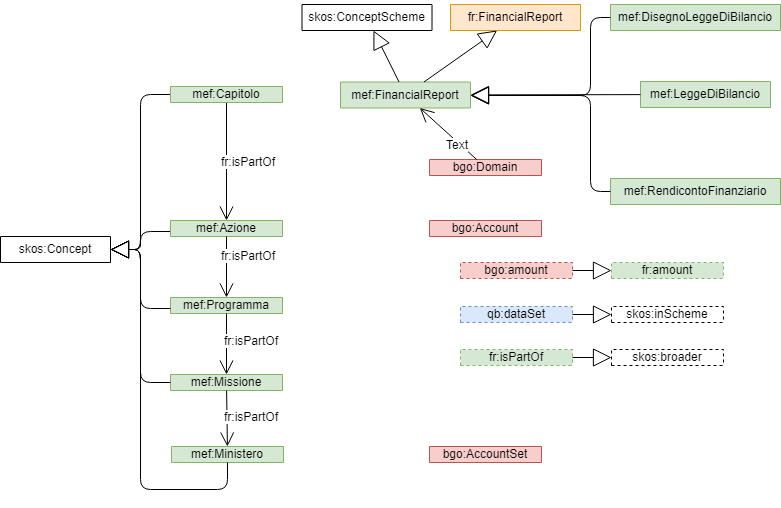
g0v-it/data-budget keeps this draw.io diagram as fr-ap-mef/uml-diagram.png. Above is the earlier version. Source tidied: cells renumbered, new cells last; positions are measured from the earlier drawing's top-left corner, leaving out a move shared by most shapes.
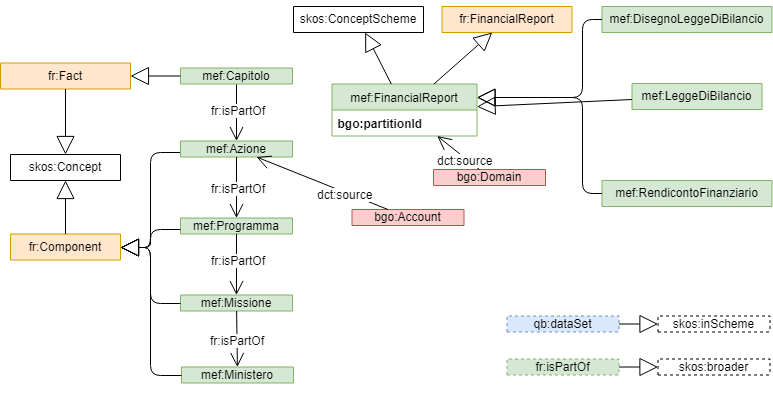
The same file after the commit.

The edit, as a diff of the source:
```diff
@@ -2,31 +2,26 @@
   <root>
     <mxCell id="0" />
     <mxCell id="1" parent="0" />
-    <mxCell id="2" value="mef:FinancialReport" style="swimlane;fontStyle=0;horizontal=1;startSize=26;fillColor=#d5e8d4;swimlaneFillColor=#ffffff;strokeWidth=1;strokeColor=#82b366;" parent="1" vertex="1" collapsed="1">
-      <mxGeometry x="340" y="77.5" width="130" height="26" as="geometry" />
+    <mxCell id="2" value="mef:FinancialReport" style="swimlane;fontStyle=0;horizontal=1;startSize=26;fillColor=#d5e8d4;swimlaneFillColor=#ffffff;strokeWidth=1;strokeColor=#82b366;" parent="1" vertex="1">
+      <mxGeometry x="338.5" y="159.5" width="145" height="52" as="geometry" />
     </mxCell>
+    <mxCell id="47" value="bgo:partitionId" style="text;strokeColor=none;fillColor=none;align=left;verticalAlign=top;spacingLeft=4;spacingRight=4;overflow=hidden;fontStyle=1;" parent="2" vertex="1">
+      <mxGeometry y="26" width="145" height="26" as="geometry" />
+    </mxCell>
     <mxCell id="3" style="edgeStyle=orthogonalEdgeStyle;rounded=0;html=1;exitX=1;exitY=0.25;entryX=1;entryY=0.25;jettySize=auto;orthogonalLoop=1;" parent="1" edge="1">
       <mxGeometry relative="1" as="geometry">
         <mxPoint x="104" y="83" as="sourcePoint" />
         <mxPoint x="104" y="83" as="targetPoint" />
       </mxGeometry>
     </mxCell>
-    <mxCell id="4" value="skos:Concept" style="swimlane;fontStyle=0;horizontal=1;startSize=26;swimlaneFillColor=#ffffff;" parent="1" vertex="1" collapsed="1">
-      <mxGeometry y="232" width="110" height="26" as="geometry" />
+    <mxCell id="4" value="fr:Component" style="swimlane;fontStyle=0;horizontal=1;startSize=26;swimlaneFillColor=#ffffff;fillColor=#ffe6cc;strokeColor=#d79b00;" parent="1" vertex="1" collapsed="1">
+      <mxGeometry x="17" y="309.5" width="110" height="26" as="geometry" />
     </mxCell>
-    <mxCell id="5" style="endArrow=block;endSize=16;endFill=0;html=1;edgeStyle=orthogonalEdgeStyle;" parent="1" edge="1" source="9" target="4">
-      <mxGeometry relative="1" as="geometry">
-        <Array as="points">
-          <mxPoint x="140" y="90" />
-          <mxPoint x="140" y="245" />
-        </Array>
-      </mxGeometry>
-    </mxCell>
     <mxCell id="6" style="endArrow=block;endSize=16;endFill=0;html=1;edgeStyle=orthogonalEdgeStyle;" parent="1" edge="1" source="10" target="4">
       <mxGeometry relative="1" as="geometry">
         <Array as="points">
-          <mxPoint x="140" y="227" />
-          <mxPoint x="140" y="245" />
+          <mxPoint x="157" y="228" />
+          <mxPoint x="157" y="323" />
         </Array>
       </mxGeometry>
     </mxCell>
@@ -35,30 +30,30 @@
     </mxCell>
     <mxCell id="8" value="fr:isPartOf" style="text;html=1;align=center;verticalAlign=middle;labelBackgroundColor=#ffffff;" parent="7" vertex="1">
       <mxGeometry x="0.4" y="-5" relative="1" as="geometry">
-        <mxPoint x="26.5" y="-24.5" as="offset" />
+        <mxPoint x="6" y="-14" as="offset" />
       </mxGeometry>
     </mxCell>
     <mxCell id="9" value="mef:Capitolo" style="swimlane;fontStyle=0;horizontal=1;startSize=19;fillColor=#d5e8d4;swimlaneFillColor=#ffffff;strokeColor=#82b366;" parent="1" vertex="1" collapsed="1">
-      <mxGeometry x="170" y="82" width="112" height="16" as="geometry" />
+      <mxGeometry x="187" y="143.5" width="112" height="16" as="geometry" />
     </mxCell>
     <mxCell id="10" value="mef:Azione" style="swimlane;fontStyle=0;horizontal=1;startSize=19;fillColor=#d5e8d4;swimlaneFillColor=#ffffff;strokeColor=#82b366;" parent="1" vertex="1" collapsed="1">
-      <mxGeometry x="170" y="216" width="112" height="16" as="geometry" />
+      <mxGeometry x="187" y="216.5" width="112" height="16" as="geometry" />
     </mxCell>
     <mxCell id="11" value="mef:Programma" style="swimlane;fontStyle=0;horizontal=1;startSize=19;fillColor=#d5e8d4;swimlaneFillColor=#ffffff;strokeColor=#82b366;" parent="1" vertex="1" collapsed="1">
-      <mxGeometry x="170" y="293" width="112" height="16" as="geometry" />
+      <mxGeometry x="187" y="293.5" width="112" height="16" as="geometry" />
     </mxCell>
     <mxCell id="12" value="mef:Missione" style="swimlane;fontStyle=0;horizontal=1;startSize=19;fillColor=#d5e8d4;swimlaneFillColor=#ffffff;strokeColor=#82b366;" parent="1" vertex="1" collapsed="1">
-      <mxGeometry x="170" y="370" width="112" height="16" as="geometry" />
+      <mxGeometry x="187" y="370.5" width="112" height="16" as="geometry" />
     </mxCell>
     <mxCell id="13" value="mef:Ministero" style="swimlane;fontStyle=0;horizontal=1;startSize=19;fillColor=#d5e8d4;swimlaneFillColor=#ffffff;strokeColor=#82b366;" parent="1" vertex="1" collapsed="1">
-      <mxGeometry x="171" y="442" width="112" height="16" as="geometry" />
+      <mxGeometry x="188" y="442.5" width="112" height="16" as="geometry" />
     </mxCell>
     <mxCell id="14" style="endArrow=open;endFill=1;endSize=12;html=1;" parent="1" edge="1" source="10" target="11">
       <mxGeometry relative="1" as="geometry" />
     </mxCell>
     <mxCell id="15" value="fr:isPartOf" style="text;html=1;align=center;verticalAlign=middle;labelBackgroundColor=#ffffff;" parent="14" vertex="1">
       <mxGeometry x="0.4" y="-5" relative="1" as="geometry">
-        <mxPoint x="26.5" y="-24.5" as="offset" />
+        <mxPoint x="6" y="-12.5" as="offset" />
       </mxGeometry>
     </mxCell>
     <mxCell id="16" style="endArrow=open;endFill=1;endSize=12;html=1;" parent="1" edge="1" source="11" target="12">
@@ -66,7 +61,7 @@
     </mxCell>
     <mxCell id="17" value="fr:isPartOf" style="text;html=1;align=center;verticalAlign=middle;labelBackgroundColor=#ffffff;" parent="16" vertex="1">
       <mxGeometry x="0.4" y="-5" relative="1" as="geometry">
-        <mxPoint x="29" y="-17" as="offset" />
+        <mxPoint x="6" y="-17" as="offset" />
       </mxGeometry>
     </mxCell>
     <mxCell id="18" style="endArrow=open;endFill=1;endSize=12;html=1;" parent="1" edge="1" source="12" target="13">
@@ -74,42 +69,41 @@
     </mxCell>
     <mxCell id="19" value="fr:isPartOf" style="text;html=1;align=center;verticalAlign=middle;labelBackgroundColor=#ffffff;" parent="18" vertex="1">
       <mxGeometry x="0.4" y="-5" relative="1" as="geometry">
-        <mxPoint x="28.5" y="-14" as="offset" />
+        <mxPoint x="4.5" y="-10" as="offset" />
       </mxGeometry>
     </mxCell>
     <mxCell id="20" style="endArrow=block;endSize=16;endFill=0;html=1;edgeStyle=orthogonalEdgeStyle;" parent="1" edge="1" source="12" target="4">
       <mxGeometry relative="1" as="geometry">
         <Array as="points">
-          <mxPoint x="140" y="378" />
-          <mxPoint x="140" y="245" />
+          <mxPoint x="157" y="379" />
+          <mxPoint x="157" y="323" />
         </Array>
       </mxGeometry>
     </mxCell>
     <mxCell id="21" style="endArrow=block;endSize=16;endFill=0;html=1;edgeStyle=orthogonalEdgeStyle;" parent="1" edge="1" source="11" target="4">
       <mxGeometry relative="1" as="geometry">
         <Array as="points">
-          <mxPoint x="140" y="304" />
-          <mxPoint x="140" y="245" />
+          <mxPoint x="157" y="305" />
+          <mxPoint x="157" y="323" />
         </Array>
       </mxGeometry>
     </mxCell>
     <mxCell id="22" style="endArrow=block;endSize=16;endFill=0;html=1;edgeStyle=orthogonalEdgeStyle;" parent="1" edge="1" source="13" target="4">
       <mxGeometry relative="1" as="geometry">
         <Array as="points">
-          <mxPoint x="227" y="485" />
-          <mxPoint x="140" y="485" />
-          <mxPoint x="140" y="245" />
+          <mxPoint x="157" y="451" />
+          <mxPoint x="157" y="323" />
         </Array>
       </mxGeometry>
     </mxCell>
     <mxCell id="23" value="mef:LeggeDiBilancio" style="swimlane;fontStyle=0;horizontal=1;startSize=26;fillColor=#d5e8d4;swimlaneFillColor=#ffffff;strokeWidth=1;strokeColor=#82b366;" parent="1" vertex="1" collapsed="1">
-      <mxGeometry x="640" y="77" width="130" height="26" as="geometry" />
+      <mxGeometry x="638.5" y="159" width="130" height="26" as="geometry" />
     </mxCell>
     <mxCell id="24" value="mef:DisegnoLeggeDiBilancio" style="swimlane;fontStyle=0;horizontal=1;startSize=26;fillColor=#d5e8d4;swimlaneFillColor=#ffffff;strokeWidth=1;strokeColor=#82b366;" parent="1" vertex="1" collapsed="1">
-      <mxGeometry x="610" width="170" height="26" as="geometry" />
+      <mxGeometry x="608.5" y="82" width="170" height="26" as="geometry" />
     </mxCell>
     <mxCell id="25" value="mef:RendicontoFinanziario" style="swimlane;fontStyle=0;horizontal=1;startSize=26;fillColor=#d5e8d4;swimlaneFillColor=#ffffff;strokeWidth=1;strokeColor=#82b366;" parent="1" vertex="1" collapsed="1">
-      <mxGeometry x="610" y="174" width="170" height="26" as="geometry" />
+      <mxGeometry x="608.5" y="256" width="170" height="26" as="geometry" />
     </mxCell>
     <mxCell id="26" style="endArrow=block;endSize=16;endFill=0;html=1;" parent="1" edge="1" source="23" target="2">
       <mxGeometry relative="1" as="geometry" />
@@ -117,63 +111,51 @@
     <mxCell id="27" style="endArrow=block;endSize=16;endFill=0;html=1;edgeStyle=orthogonalEdgeStyle;" parent="1" edge="1" source="24" target="2">
       <mxGeometry relative="1" as="geometry">
         <Array as="points">
-          <mxPoint x="590" y="13" />
-          <mxPoint x="590" y="91" />
+          <mxPoint x="588.5" y="95" />
+          <mxPoint x="588.5" y="173" />
         </Array>
       </mxGeometry>
     </mxCell>
     <mxCell id="28" style="endArrow=block;endSize=16;endFill=0;html=1;edgeStyle=orthogonalEdgeStyle;" parent="1" edge="1" source="25" target="2">
       <mxGeometry relative="1" as="geometry">
         <Array as="points">
-          <mxPoint x="590" y="187" />
-          <mxPoint x="590" y="91" />
+          <mxPoint x="588.5" y="269" />
+          <mxPoint x="588.5" y="173" />
         </Array>
       </mxGeometry>
     </mxCell>
     <mxCell id="29" value="fr:FinancialReport" style="swimlane;fontStyle=0;horizontal=1;startSize=26;fillColor=#ffe6cc;swimlaneFillColor=#ffffff;strokeWidth=1;strokeColor=#d79b00;" parent="1" vertex="1" collapsed="1">
-      <mxGeometry x="450" width="130" height="26" as="geometry" />
+      <mxGeometry x="448.5" y="82" width="130" height="26" as="geometry" />
     </mxCell>
     <mxCell id="30" style="endArrow=block;endSize=16;endFill=0;html=1;" parent="1" edge="1" source="2" target="29">
       <mxGeometry relative="1" as="geometry" />
     </mxCell>
     <mxCell id="31" value="bgo:Account" style="swimlane;fontStyle=0;horizontal=1;startSize=19;fillColor=#f8cecc;swimlaneFillColor=#ffffff;strokeColor=#b85450;" parent="1" vertex="1" collapsed="1">
-      <mxGeometry x="429" y="216" width="112" height="16" as="geometry" />
+      <mxGeometry x="358.5" y="285" width="112" height="16" as="geometry" />
     </mxCell>
-    <mxCell id="32" value="bgo:AccountSet" style="swimlane;fontStyle=0;horizontal=1;startSize=19;fillColor=#f8cecc;swimlaneFillColor=#ffffff;strokeColor=#b85450;" parent="1" vertex="1" collapsed="1">
-      <mxGeometry x="429" y="442" width="112" height="16" as="geometry" />
-    </mxCell>
     <mxCell id="33" value="bgo:Domain" style="swimlane;fontStyle=0;horizontal=1;startSize=19;fillColor=#f8cecc;swimlaneFillColor=#ffffff;strokeColor=#b85450;" parent="1" vertex="1" collapsed="1">
-      <mxGeometry x="429" y="155" width="112" height="16" as="geometry" />
+      <mxGeometry x="440" y="245" width="112" height="16" as="geometry" />
     </mxCell>
     <mxCell id="34" value="skos:ConceptScheme" style="swimlane;fontStyle=0;horizontal=1;startSize=26;swimlaneFillColor=#ffffff;" parent="1" vertex="1" collapsed="1">
-      <mxGeometry x="301.5" width="130" height="26" as="geometry" />
+      <mxGeometry x="300" y="82" width="130" height="26" as="geometry" />
     </mxCell>
     <mxCell id="35" style="endArrow=block;endSize=16;endFill=0;html=1;" parent="1" edge="1" source="2" target="34">
       <mxGeometry relative="1" as="geometry" />
     </mxCell>
-    <mxCell id="36" value="bgo:amount" style="swimlane;fontStyle=0;horizontal=1;startSize=19;fillColor=#f8cecc;swimlaneFillColor=#ffffff;strokeColor=#b85450;dashed=1;" parent="1" vertex="1" collapsed="1">
-      <mxGeometry x="460" y="258" width="112" height="16" as="geometry" />
-    </mxCell>
-    <mxCell id="37" value="fr:amount" style="swimlane;fontStyle=0;horizontal=1;startSize=19;fillColor=#d5e8d4;swimlaneFillColor=#ffffff;strokeColor=#82b366;dashed=1;" parent="1" vertex="1" collapsed="1">
-      <mxGeometry x="611" y="258" width="112" height="16" as="geometry" />
-    </mxCell>
-    <mxCell id="38" style="endArrow=block;endSize=16;endFill=0;html=1;" parent="1" edge="1" source="36" target="37">
-      <mxGeometry relative="1" as="geometry" />
-    </mxCell>
     <mxCell id="39" value="qb:dataSet" style="swimlane;fontStyle=0;horizontal=1;startSize=19;fillColor=#dae8fc;swimlaneFillColor=#ffffff;strokeColor=#6c8ebf;dashed=1;" parent="1" vertex="1" collapsed="1">
-      <mxGeometry x="460" y="302" width="112" height="16" as="geometry" />
+      <mxGeometry x="513.5" y="391.5" width="112" height="16" as="geometry" />
     </mxCell>
     <mxCell id="40" value="skos:inScheme" style="swimlane;fontStyle=0;horizontal=1;startSize=19;swimlaneFillColor=#ffffff;dashed=1;" parent="1" vertex="1" collapsed="1">
-      <mxGeometry x="611" y="302" width="112" height="16" as="geometry" />
+      <mxGeometry x="664.5" y="391.5" width="112" height="16" as="geometry" />
     </mxCell>
     <mxCell id="41" style="endArrow=block;endSize=16;endFill=0;html=1;" parent="1" edge="1" source="39" target="40">
       <mxGeometry relative="1" as="geometry" />
     </mxCell>
     <mxCell id="42" value="fr:isPartOf" style="swimlane;fontStyle=0;horizontal=1;startSize=19;fillColor=#d5e8d4;swimlaneFillColor=#ffffff;strokeColor=#82b366;dashed=1;" parent="1" vertex="1" collapsed="1">
-      <mxGeometry x="460" y="345" width="112" height="16" as="geometry" />
+      <mxGeometry x="513.5" y="434.5" width="112" height="16" as="geometry" />
     </mxCell>
     <mxCell id="43" value="skos:broader" style="swimlane;fontStyle=0;horizontal=1;startSize=19;swimlaneFillColor=#ffffff;dashed=1;" parent="1" vertex="1" collapsed="1">
-      <mxGeometry x="611" y="345" width="112" height="16" as="geometry" />
+      <mxGeometry x="664.5" y="434.5" width="112" height="16" as="geometry" />
     </mxCell>
     <mxCell id="44" style="endArrow=block;endSize=16;endFill=0;html=1;" parent="1" edge="1" source="42" target="43">
       <mxGeometry relative="1" as="geometry" />
@@ -181,8 +163,29 @@
     <mxCell id="45" style="endArrow=open;endFill=1;endSize=12;html=1;" parent="1" edge="1" source="33" target="2">
       <mxGeometry relative="1" as="geometry" />
     </mxCell>
-    <mxCell id="46" value="Text" style="text;html=1;align=center;verticalAlign=middle;labelBackgroundColor=#ffffff;" parent="45" vertex="1">
+    <mxCell id="46" value="dct:source" style="text;html=1;align=center;verticalAlign=middle;labelBackgroundColor=#ffffff;" parent="45" vertex="1">
       <mxGeometry x="-0.35" y="2" relative="1" as="geometry" />
     </mxCell>
+    <mxCell id="48" style="endArrow=open;endFill=1;endSize=12;html=1;" parent="1" edge="1" source="31" target="10">
+      <mxGeometry relative="1" as="geometry" />
+    </mxCell>
+    <mxCell id="49" value="dct:source" style="text;html=1;align=center;verticalAlign=middle;labelBackgroundColor=#ffffff;" parent="48" vertex="1">
+      <mxGeometry x="-0.35" y="2" relative="1" as="geometry" />
+    </mxCell>
+    <mxCell id="50" value="fr:Fact" style="swimlane;fontStyle=0;horizontal=1;startSize=26;fillColor=#ffe6cc;swimlaneFillColor=#ffffff;strokeWidth=1;strokeColor=#d79b00;" parent="1" vertex="1" collapsed="1">
+      <mxGeometry x="7" y="138.5" width="130" height="26" as="geometry" />
+    </mxCell>
+    <mxCell id="51" style="endArrow=block;endSize=16;endFill=0;html=1;" parent="1" edge="1" source="9" target="50">
+      <mxGeometry relative="1" as="geometry" />
+    </mxCell>
+    <mxCell id="52" value="skos:Concept" style="swimlane;fontStyle=0;horizontal=1;startSize=26;swimlaneFillColor=#ffffff;" parent="1" vertex="1" collapsed="1">
+      <mxGeometry x="17" y="230" width="110" height="26" as="geometry" />
+    </mxCell>
+    <mxCell id="53" style="endArrow=block;endSize=16;endFill=0;html=1;" parent="1" edge="1" source="50" target="52">
+      <mxGeometry relative="1" as="geometry" />
+    </mxCell>
+    <mxCell id="54" style="endArrow=block;endSize=16;endFill=0;html=1;" parent="1" edge="1" source="4" target="52">
+      <mxGeometry relative="1" as="geometry" />
+    </mxCell>
   </root>
 </mxGraphModel>
```
